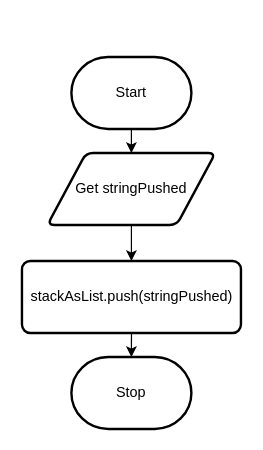
Above: Unit2-01/design/flowchart.drawio in evan-beaudoin99/ICS4U-Unit2-Evan-Beaudoin (draw.io), before the change. Source tidied: cells renumbered, new cells numbered last; positions are measured from the earlier drawing's top-left corner, leaving out a move shared by most shapes. Both pictures are drawn from the tidied source at 120%, with x=0, y=0 at pixel (22, 56).
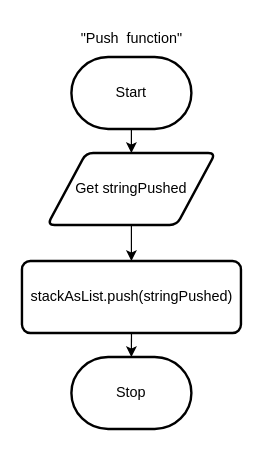
The same page after the edit.

What changed in the source:
```diff
@@
 <mxGraphModel>
   <root>
     <mxCell id="0" />
     <mxCell id="1" parent="0" />
     <mxCell id="2" style="edgeStyle=none;html=1;exitX=0.5;exitY=1;exitDx=0;exitDy=0;exitPerimeter=0;entryX=0.5;entryY=0;entryDx=0;entryDy=0;" parent="1" edge="1" source="3" target="5">
       <mxGeometry relative="1" as="geometry" />
     </mxCell>
     <mxCell id="3" value="Start" style="strokeWidth=2;html=1;shape=mxgraph.flowchart.terminator;whiteSpace=wrap;" parent="1" vertex="1">
       <mxGeometry x="41" width="100" height="60" as="geometry" />
     </mxCell>
     <mxCell id="4" style="edgeStyle=none;html=1;" parent="1" edge="1" source="5" target="7">
       <mxGeometry relative="1" as="geometry" />
     </mxCell>
     <mxCell id="5" value="Get stringPushed" style="shape=parallelogram;html=1;strokeWidth=2;perimeter=parallelogramPerimeter;whiteSpace=wrap;rounded=1;arcSize=12;size=0.23;" parent="1" vertex="1">
       <mxGeometry x="21" y="80" width="140" height="60" as="geometry" />
     </mxCell>
     <mxCell id="6" style="edgeStyle=none;html=1;exitX=0.5;exitY=1;exitDx=0;exitDy=0;entryX=0.5;entryY=0;entryDx=0;entryDy=0;entryPerimeter=0;" parent="1" edge="1" source="7" target="8">
       <mxGeometry relative="1" as="geometry" />
     </mxCell>
     <mxCell id="7" value="stackAsList.push(stringPushed)" style="rounded=1;whiteSpace=wrap;html=1;absoluteArcSize=1;arcSize=14;strokeWidth=2;" parent="1" vertex="1">
       <mxGeometry x="-0.2" y="170" width="182.5" height="60" as="geometry" />
     </mxCell>
     <mxCell id="8" value="Stop" style="strokeWidth=2;html=1;shape=mxgraph.flowchart.terminator;whiteSpace=wrap;" parent="1" vertex="1">
       <mxGeometry x="41" y="250" width="100" height="60" as="geometry" />
     </mxCell>
+    <mxCell id="9" value="&quot;Push&amp;nbsp; function&quot;" style="text;html=1;align=center;verticalAlign=middle;strokeColor=none;fillColor=none;" parent="1" vertex="1">
+      <mxGeometry x="36" y="-30" width="110" height="30" as="geometry" />
+    </mxCell>
   </root>
 </mxGraphModel>
```
